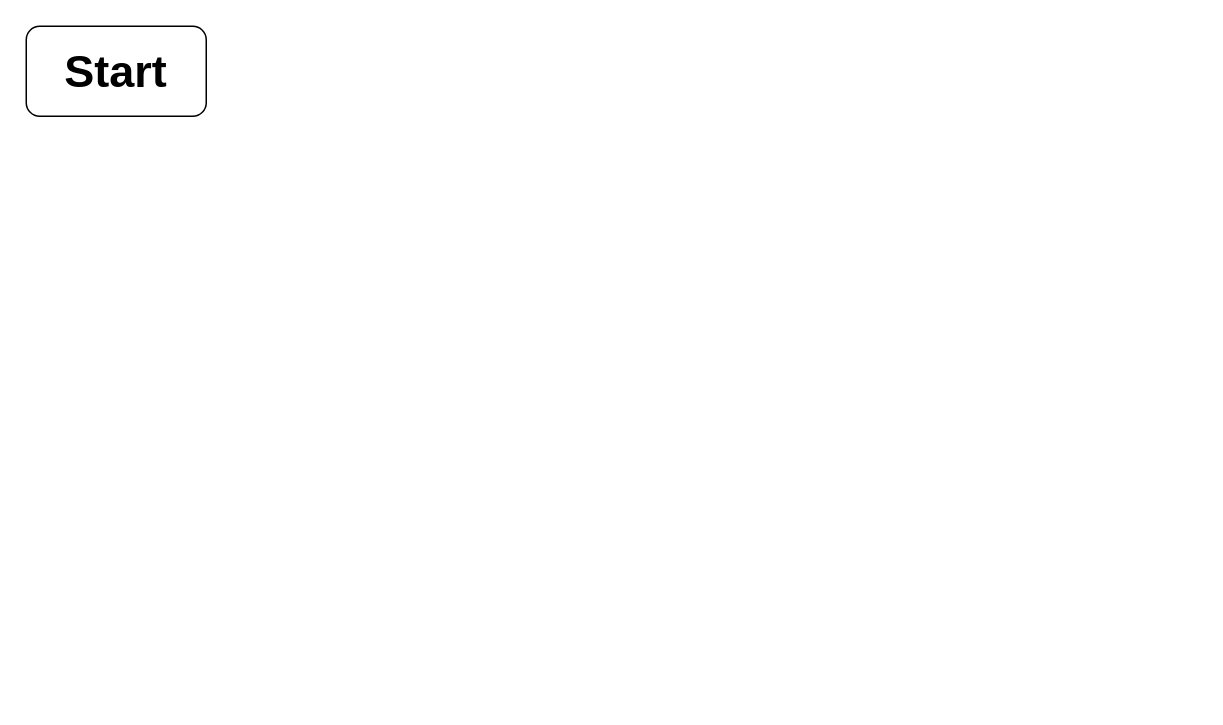
The draw.io diagram Flowchart.drawio in Kheng34/Sw-Eng-101-HWork-1, before the edit. Source tidied: cells renumbered, new cells numbered last; positions are measured from the earlier drawing's top-left corner, leaving out a move shared by most shapes. Both pictures are drawn from the tidied source at 150%, with x=0, y=0 at pixel (26, 26).
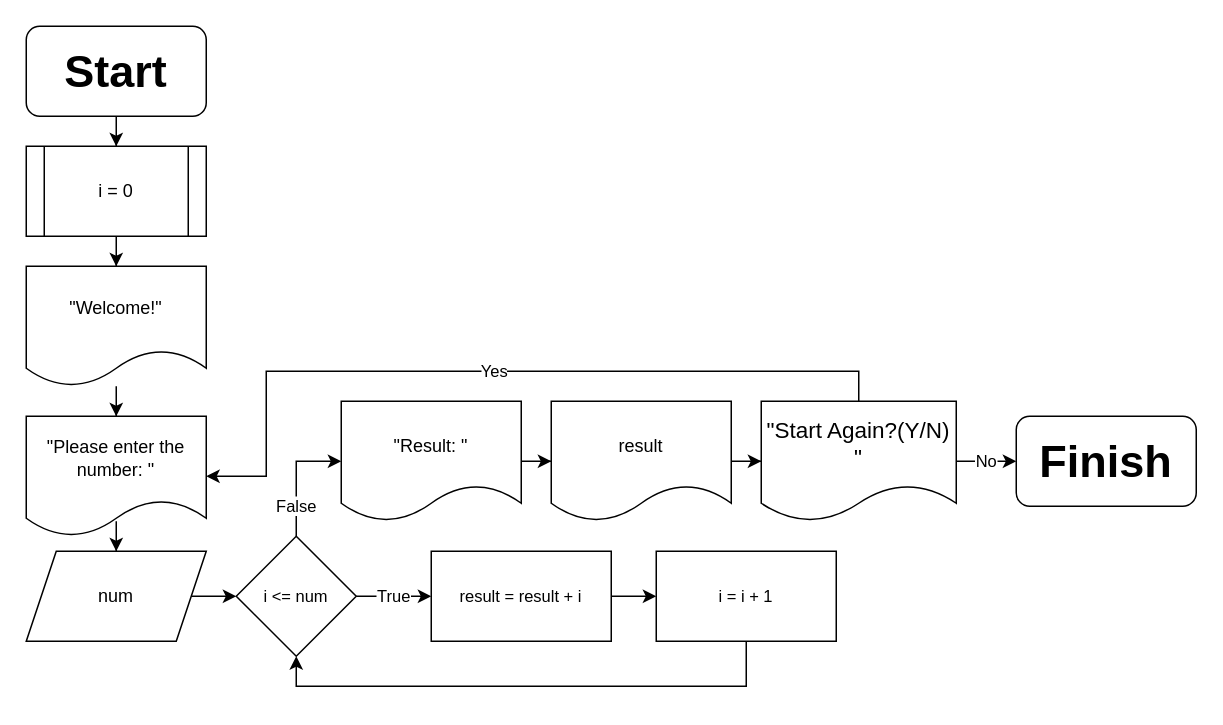
The same page after the edit.

Unchanged cells that the change refers to:
```xml
<mxCell id="2" value="&lt;b&gt;&lt;font style=&quot;font-size: 30px;&quot;&gt;Start&lt;/font&gt;&lt;/b&gt;" style="rounded=1;whiteSpace=wrap;html=1;" parent="1" vertex="1">
  <mxGeometry width="120" height="60" as="geometry" />
</mxCell>
```

Diff of the diagram source:
```diff
@@
+    <mxCell id="3" style="edgeStyle=orthogonalEdgeStyle;rounded=0;jettySize=auto;html=1;" parent="1" edge="1" source="2" target="11">
+      <mxGeometry relative="1" as="geometry" />
+    </mxCell>
@@
+    <mxCell id="4" style="edgeStyle=orthogonalEdgeStyle;rounded=0;jettySize=auto;html=1;entryX=0.5;entryY=0;entryDx=0;entryDy=0;fontSize=11;" parent="1" edge="1" source="5" target="7">
+      <mxGeometry relative="1" as="geometry" />
+    </mxCell>
+    <mxCell id="5" value="&quot;Welcome!&quot;" style="shape=document;whiteSpace=wrap;html=1;boundedLbl=1;rounded=1;" parent="1" vertex="1">
+      <mxGeometry y="160" width="120" height="80" as="geometry" />
+    </mxCell>
+    <mxCell id="6" style="edgeStyle=orthogonalEdgeStyle;rounded=0;jettySize=auto;html=1;" parent="1" edge="1" source="7" target="9">
+      <mxGeometry relative="1" as="geometry" />
+    </mxCell>
+    <mxCell id="7" value="&quot;Please enter the number: &quot;" style="shape=document;whiteSpace=wrap;html=1;boundedLbl=1;rounded=1;" parent="1" vertex="1">
+      <mxGeometry y="260" width="120" height="80" as="geometry" />
+    </mxCell>
+    <mxCell id="8" style="edgeStyle=orthogonalEdgeStyle;rounded=0;jettySize=auto;html=1;exitX=1;exitY=0.5;exitDx=0;exitDy=0;entryX=0;entryY=0.5;entryDx=0;entryDy=0;fontSize=11;" parent="1" edge="1" source="9" target="21">
+      <mxGeometry relative="1" as="geometry" />
+    </mxCell>
+    <mxCell id="9" value="num" style="shape=parallelogram;perimeter=parallelogramPerimeter;whiteSpace=wrap;html=1;fixedSize=1;rounded=0;" parent="1" vertex="1">
+      <mxGeometry y="350" width="120" height="60" as="geometry" />
+    </mxCell>
+    <mxCell id="10" style="edgeStyle=orthogonalEdgeStyle;rounded=0;jettySize=auto;html=1;" parent="1" edge="1" source="11" target="5">
+      <mxGeometry relative="1" as="geometry" />
+    </mxCell>
+    <mxCell id="11" value="i = 0" style="shape=process;whiteSpace=wrap;html=1;backgroundOutline=1;" parent="1" vertex="1">
+      <mxGeometry y="80" width="120" height="60" as="geometry" />
+    </mxCell>
+    <mxCell id="12" style="edgeStyle=orthogonalEdgeStyle;rounded=0;jettySize=auto;html=1;fontSize=15;" parent="1" edge="1" source="13" target="15">
+      <mxGeometry relative="1" as="geometry" />
+    </mxCell>
+    <mxCell id="13" value="&lt;span style=&quot;font-size: 12px;&quot;&gt;&quot;Result: &quot;&lt;/span&gt;" style="shape=document;whiteSpace=wrap;html=1;boundedLbl=1;fontSize=15;" parent="1" vertex="1">
+      <mxGeometry x="210" y="250" width="120" height="80" as="geometry" />
+    </mxCell>
+    <mxCell id="14" style="edgeStyle=orthogonalEdgeStyle;rounded=0;jettySize=auto;html=1;fontSize=11;" parent="1" edge="1" source="15" target="18">
+      <mxGeometry relative="1" as="geometry" />
+    </mxCell>
+    <mxCell id="15" value="&lt;span style=&quot;font-size: 12px;&quot;&gt;result&lt;br&gt;&lt;/span&gt;" style="shape=document;whiteSpace=wrap;html=1;boundedLbl=1;fontSize=15;" parent="1" vertex="1">
+      <mxGeometry x="350" y="250" width="120" height="80" as="geometry" />
+    </mxCell>
+    <mxCell id="16" value="Yes" style="edgeStyle=orthogonalEdgeStyle;rounded=0;sketch=0;jettySize=auto;html=1;exitX=0.5;exitY=0;exitDx=0;exitDy=0;entryX=1;entryY=0.5;entryDx=0;entryDy=0;fontSize=11;" parent="1" edge="1" source="18" target="7">
+      <mxGeometry relative="1" as="geometry">
+        <Array as="points">
+          <mxPoint x="555" y="230" />
+          <mxPoint x="160" y="230" />
+          <mxPoint x="160" y="300" />
+        </Array>
+      </mxGeometry>
+    </mxCell>
+    <mxCell id="17" value="No" style="edgeStyle=orthogonalEdgeStyle;rounded=0;sketch=0;jettySize=auto;html=1;fontSize=11;" parent="1" edge="1" source="18" target="26">
+      <mxGeometry relative="1" as="geometry" />
+    </mxCell>
+    <mxCell id="18" value="&quot;Start Again?(Y/N) &quot;" style="shape=document;whiteSpace=wrap;html=1;boundedLbl=1;fontSize=15;" parent="1" vertex="1">
+      <mxGeometry x="490" y="250" width="130" height="80" as="geometry" />
+    </mxCell>
+    <mxCell id="19" value="True" style="edgeStyle=orthogonalEdgeStyle;rounded=0;jettySize=auto;html=1;fontSize=11;sketch=0;" parent="1" edge="1" source="21" target="23">
+      <mxGeometry relative="1" as="geometry">
+        <Array as="points">
+          <mxPoint x="260" y="380" />
+          <mxPoint x="260" y="380" />
+        </Array>
+      </mxGeometry>
+    </mxCell>
+    <mxCell id="20" value="False" style="edgeStyle=orthogonalEdgeStyle;rounded=0;sketch=0;jettySize=auto;html=1;exitX=0.5;exitY=0;exitDx=0;exitDy=0;entryX=0;entryY=0.5;entryDx=0;entryDy=0;fontSize=11;" parent="1" edge="1" source="21" target="13">
+      <mxGeometry x="-0.5" relative="1" as="geometry" />
+    </mxCell>
+    <mxCell id="21" value="i &amp;lt;= num" style="rhombus;whiteSpace=wrap;html=1;rounded=0;fontSize=11;" parent="1" vertex="1">
+      <mxGeometry x="140" y="340" width="80" height="80" as="geometry" />
+    </mxCell>
+    <mxCell id="22" style="edgeStyle=orthogonalEdgeStyle;rounded=0;sketch=0;jettySize=auto;html=1;fontSize=11;" parent="1" edge="1" source="23" target="25">
+      <mxGeometry relative="1" as="geometry" />
+    </mxCell>
+    <mxCell id="23" value="result = result + i" style="rounded=0;whiteSpace=wrap;html=1;fontSize=11;" parent="1" vertex="1">
+      <mxGeometry x="270" y="350" width="120" height="60" as="geometry" />
+    </mxCell>
+    <mxCell id="24" style="edgeStyle=orthogonalEdgeStyle;rounded=0;sketch=0;jettySize=auto;html=1;exitX=0.5;exitY=1;exitDx=0;exitDy=0;entryX=0.5;entryY=1;entryDx=0;entryDy=0;fontSize=11;" parent="1" edge="1" source="25" target="21">
+      <mxGeometry relative="1" as="geometry" />
+    </mxCell>
+    <mxCell id="25" value="i = i + 1" style="whiteSpace=wrap;html=1;fontSize=11;rounded=0;" parent="1" vertex="1">
+      <mxGeometry x="420" y="350" width="120" height="60" as="geometry" />
+    </mxCell>
+    <mxCell id="26" value="&lt;b&gt;&lt;font style=&quot;font-size: 30px;&quot;&gt;Finish&lt;/font&gt;&lt;/b&gt;" style="rounded=1;whiteSpace=wrap;html=1;fontSize=15;" parent="1" vertex="1">
+      <mxGeometry x="660" y="260" width="120" height="60" as="geometry" />
+    </mxCell>
```
